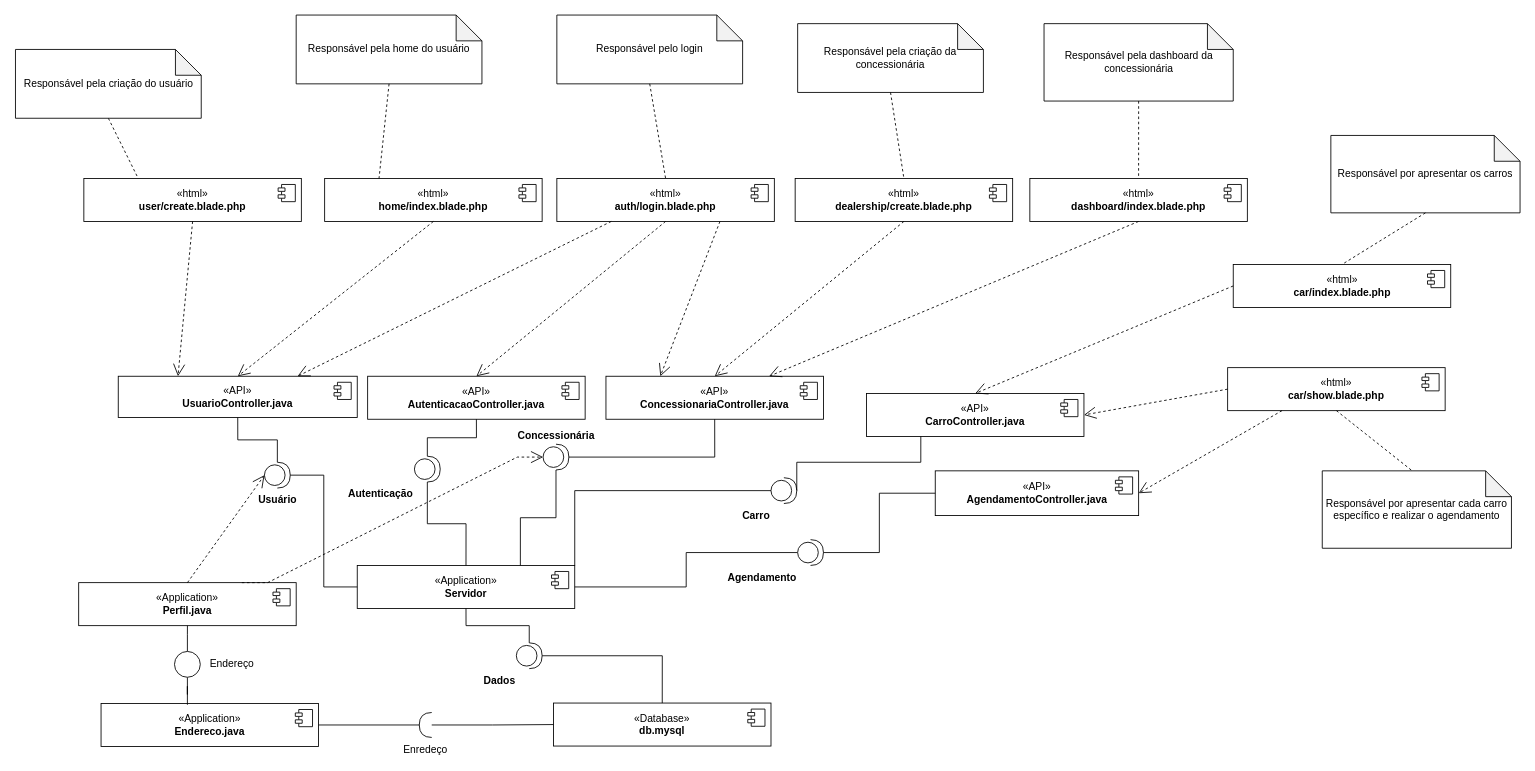
elian-roventini/ModeloUML keeps this draw.io diagram as drawio/diagrama_de_componentes_unidrive.drawio. Above is the earlier version. Source tidied: cells renumbered, new cells numbered last; positions are measured from the earlier drawing's top-left corner, leaving out a move shared by most shapes. Both pictures are drawn from the tidied source at 86%, with x=0, y=0 at pixel (15, 15).
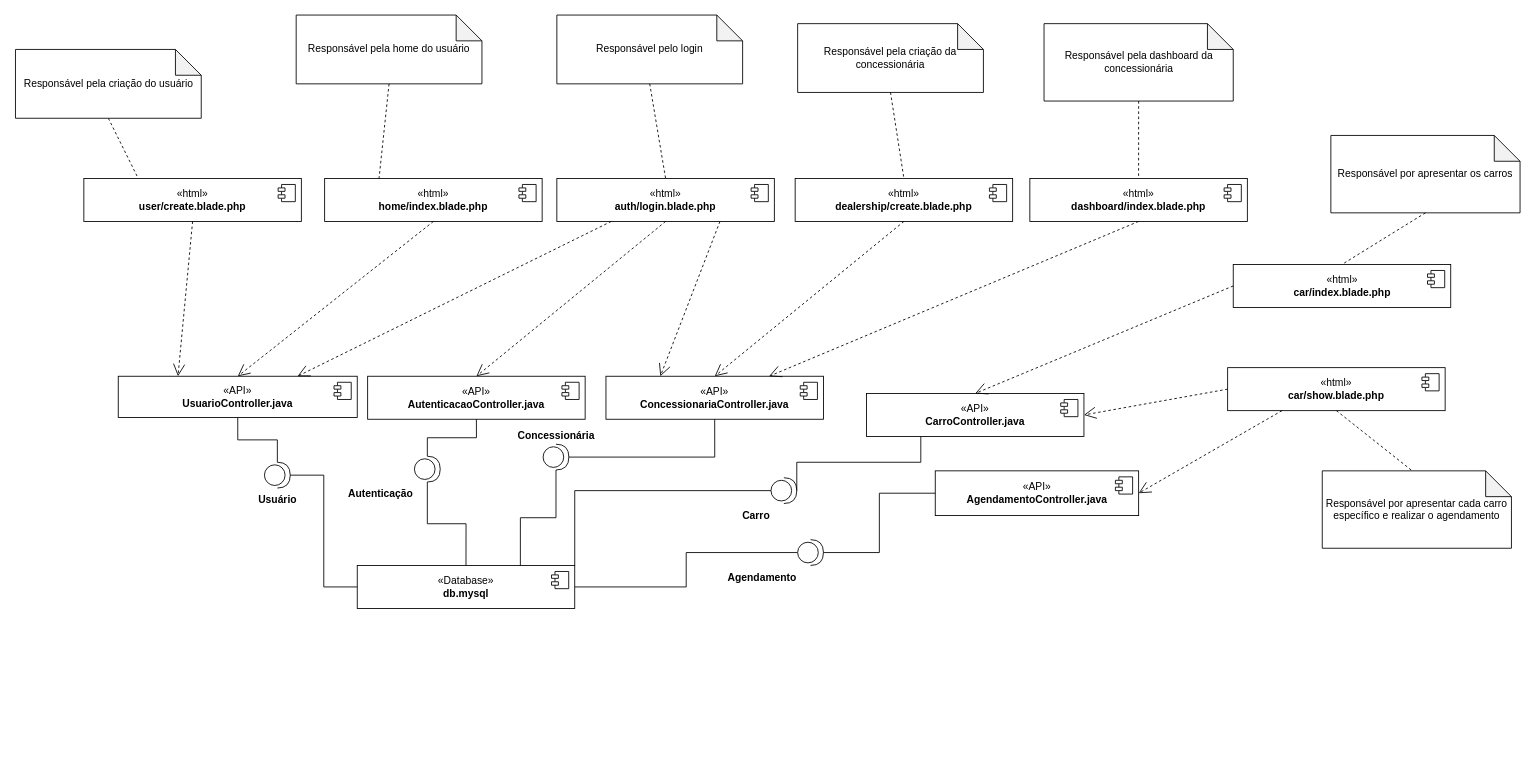
The same diagram, later.

The change refers to these unchanged cells:
```xml
<mxCell id="69" value="&lt;b&gt;Concessionária&lt;/b&gt;" style="shape=providedRequiredInterface;verticalLabelPosition=top;sketch=0;labelPosition=center;align=center;verticalAlign=bottom;html=1;" parent="1" vertex="1">
  <mxGeometry x="614" y="499" width="30" height="30" as="geometry" />
</mxCell>
<mxCell id="72" value="&lt;b&gt;Usuário&lt;/b&gt;" style="shape=providedRequiredInterface;verticalLabelPosition=bottom;sketch=0;labelPosition=center;align=center;verticalAlign=top;html=1;" parent="1" vertex="1">
  <mxGeometry x="290" y="520" width="30" height="30" as="geometry" />
</mxCell>
```

Diff of the diagram source:
```diff
@@
-    <mxCell id="2" value="«Database»&lt;br&gt;&lt;b&gt;db.mysql&lt;/b&gt;" style="html=1;whiteSpace=wrap;" parent="1" vertex="1">
-      <mxGeometry x="626.1" y="800" width="252.9" height="50" as="geometry" />
-    </mxCell>
-    <mxCell id="3" style="shape=module;jettyWidth=8;jettyHeight=4;" parent="2" vertex="1">
-      <mxGeometry x="1" width="20" height="20" relative="1" as="geometry">
-        <mxPoint x="-27" y="7" as="offset" />
-      </mxGeometry>
-    </mxCell>
@@
-    <mxCell id="8" value="«Application»&lt;br&gt;&lt;b&gt;Endereco.java&lt;/b&gt;" style="html=1;whiteSpace=wrap;" parent="1" vertex="1">
-      <mxGeometry x="100" y="800.5" width="252.9" height="50" as="geometry" />
-    </mxCell>
-    <mxCell id="9" style="shape=module;jettyWidth=8;jettyHeight=4;" parent="8" vertex="1">
-      <mxGeometry x="1" width="20" height="20" relative="1" as="geometry">
-        <mxPoint x="-27" y="7" as="offset" />
-      </mxGeometry>
-    </mxCell>
@@
-    <mxCell id="16" value="«Application»&lt;br&gt;&lt;b&gt;Servidor&lt;/b&gt;" style="html=1;whiteSpace=wrap;" parent="1" vertex="1">
+    <mxCell id="16" value="«Database»&lt;br&gt;&lt;b&gt;db.mysql&lt;/b&gt;" style="html=1;whiteSpace=wrap;" parent="1" vertex="1">
       <mxGeometry x="397.9" y="640" width="252.9" height="50" as="geometry" />
     </mxCell>
@@
-    <mxCell id="34" value="«Application»&lt;br style=&quot;border-color: var(--border-color);&quot;&gt;&lt;b style=&quot;border-color: var(--border-color);&quot;&gt;Perfil.java&lt;/b&gt;" style="html=1;whiteSpace=wrap;" parent="1" vertex="1">
-      <mxGeometry x="74" y="660" width="252.9" height="50" as="geometry" />
-    </mxCell>
-    <mxCell id="35" style="shape=module;jettyWidth=8;jettyHeight=4;" parent="34" vertex="1">
-      <mxGeometry x="1" width="20" height="20" relative="1" as="geometry">
-        <mxPoint x="-27" y="7" as="offset" />
-      </mxGeometry>
-    </mxCell>
@@
-    <mxCell id="73" style="edgeStyle=orthogonalEdgeStyle;rounded=0;jettySize=auto;html=1;entryX=0.5;entryY=1;entryDx=0;entryDy=0;endArrow=none;endFill=0;" parent="1" edge="1" source="75" target="16">
-      <mxGeometry relative="1" as="geometry" />
-    </mxCell>
-    <mxCell id="74" style="edgeStyle=orthogonalEdgeStyle;rounded=0;jettySize=auto;html=1;entryX=0.5;entryY=0;entryDx=0;entryDy=0;endArrow=none;endFill=0;" parent="1" edge="1" source="75" target="2">
-      <mxGeometry relative="1" as="geometry" />
-    </mxCell>
-    <mxCell id="75" value="&lt;b&gt;Dados&lt;/b&gt;" style="shape=providedRequiredInterface;verticalLabelPosition=bottom;sketch=0;labelPosition=left;align=right;verticalAlign=top;html=1;" parent="1" vertex="1">
-      <mxGeometry x="582.9" y="730" width="30" height="30" as="geometry" />
-    </mxCell>
-    <mxCell id="76" style="edgeStyle=orthogonalEdgeStyle;rounded=0;jettySize=auto;html=1;entryX=0;entryY=0.5;entryDx=0;entryDy=0;endArrow=none;endFill=0;" parent="1" edge="1" source="78" target="2">
-      <mxGeometry relative="1" as="geometry" />
-    </mxCell>
-    <mxCell id="77" style="edgeStyle=orthogonalEdgeStyle;rounded=0;jettySize=auto;html=1;entryX=1;entryY=0.5;entryDx=0;entryDy=0;endArrow=none;endFill=0;" parent="1" edge="1" source="78" target="8">
-      <mxGeometry relative="1" as="geometry" />
-    </mxCell>
-    <mxCell id="78" value="Enredeço" style="shape=requiredInterface;html=1;verticalLabelPosition=bottom;sketch=0;direction=west;" parent="1" vertex="1">
-      <mxGeometry x="470" y="811" width="14.5" height="29" as="geometry" />
-    </mxCell>
-    <mxCell id="79" style="edgeStyle=orthogonalEdgeStyle;rounded=0;jettySize=auto;html=1;entryX=0.5;entryY=1;entryDx=0;entryDy=0;endArrow=none;endFill=0;" parent="1" edge="1" source="81" target="34">
-      <mxGeometry relative="1" as="geometry" />
-    </mxCell>
-    <mxCell id="80" style="edgeStyle=orthogonalEdgeStyle;rounded=0;jettySize=auto;html=1;entryX=0.397;entryY=0.03;entryDx=0;entryDy=0;entryPerimeter=0;endArrow=none;endFill=0;" parent="1" edge="1" source="81" target="8">
-      <mxGeometry relative="1" as="geometry" />
-    </mxCell>
-    <mxCell id="81" style="ellipse;whiteSpace=wrap;html=1;" parent="1" vertex="1">
-      <mxGeometry x="185.4" y="740" width="30" height="30" as="geometry" />
-    </mxCell>
-    <mxCell id="82" value="Endereço" style="text;html=1;align=center;verticalAlign=middle;strokeColor=none;fillColor=none;" parent="1" vertex="1">
-      <mxGeometry x="216.5" y="740" width="70" height="30" as="geometry" />
-    </mxCell>
-    <mxCell id="83" value="&lt;br&gt;" style="endArrow=open;endSize=12;dashed=1;html=1;rounded=0;exitX=0.5;exitY=0;exitDx=0;exitDy=0;labelPosition=right;verticalLabelPosition=bottom;align=left;verticalAlign=top;entryX=0;entryY=0.5;entryDx=0;entryDy=0;entryPerimeter=0;" parent="1" edge="1" source="34" target="72">
-      <mxGeometry relative="1" as="geometry" />
-    </mxCell>
-    <mxCell id="84" value="&lt;br&gt;" style="endArrow=open;endSize=12;dashed=1;html=1;rounded=0;exitX=0.75;exitY=0;exitDx=0;exitDy=0;labelPosition=right;verticalLabelPosition=bottom;align=left;verticalAlign=top;entryX=0;entryY=0.5;entryDx=0;entryDy=0;entryPerimeter=0;edgeStyle=entityRelationEdgeStyle;" parent="1" edge="1" source="34" target="69">
-      <mxGeometry relative="1" as="geometry" />
-    </mxCell>
```
